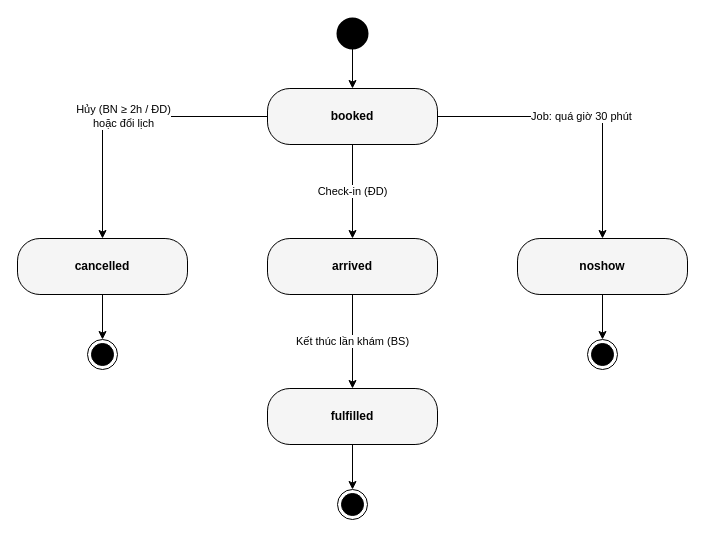
This is page "Appointment states" (1 of 6) of docs/02-requirements/srs/dist/diagrams/03-state-transitions.drawio from viethung12062005/smart-hospital-platform, a draw.io file, before an edit. Source tidied: cells renumbered, new cells numbered last; positions are measured from the earlier drawing's top-left corner, leaving out a move shared by most shapes. Both pictures are drawn from the tidied source at 100%, with x=0, y=0 at pixel (17, 18).
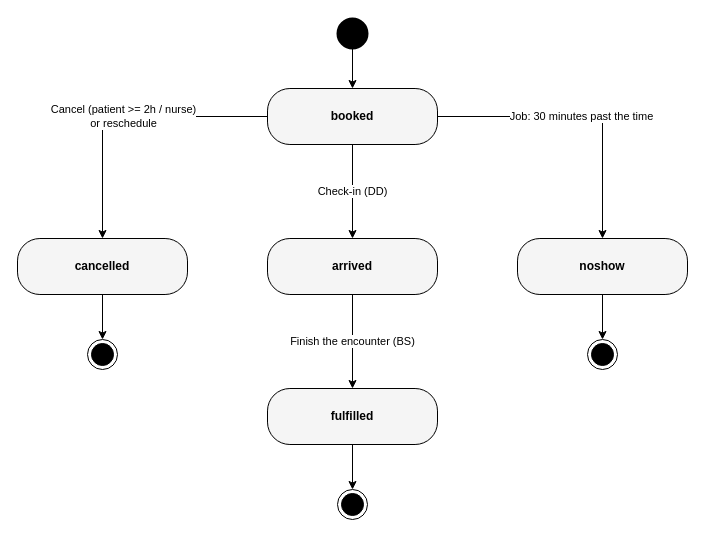
After the change.

The edit, as a diff of the source:
```diff
@@
 <mxGraphModel>
   <root>
     <mxCell id="0" />
     <mxCell id="1" parent="0" />
     <mxCell id="2" value="&lt;b&gt;booked&lt;/b&gt;" style="rounded=1;whiteSpace=wrap;html=1;arcSize=40;fillColor=#F5F5F5;" parent="1" vertex="1">
       <mxGeometry x="250" y="70" width="170" height="56" as="geometry" />
     </mxCell>
     <mxCell id="3" value="&lt;b&gt;arrived&lt;/b&gt;" style="rounded=1;whiteSpace=wrap;html=1;arcSize=40;fillColor=#F5F5F5;" parent="1" vertex="1">
       <mxGeometry x="250" y="220" width="170" height="56" as="geometry" />
     </mxCell>
     <mxCell id="4" value="&lt;b&gt;fulfilled&lt;/b&gt;" style="rounded=1;whiteSpace=wrap;html=1;arcSize=40;fillColor=#F5F5F5;" parent="1" vertex="1">
       <mxGeometry x="250" y="370" width="170" height="56" as="geometry" />
     </mxCell>
     <mxCell id="5" value="&lt;b&gt;cancelled&lt;/b&gt;" style="rounded=1;whiteSpace=wrap;html=1;arcSize=40;fillColor=#F5F5F5;" parent="1" vertex="1">
       <mxGeometry y="220" width="170" height="56" as="geometry" />
     </mxCell>
     <mxCell id="6" value="&lt;b&gt;noshow&lt;/b&gt;" style="rounded=1;whiteSpace=wrap;html=1;arcSize=40;fillColor=#F5F5F5;" parent="1" vertex="1">
       <mxGeometry x="500" y="220" width="170" height="56" as="geometry" />
     </mxCell>
     <mxCell id="7" style="strokeWidth=2;html=1;shape=mxgraph.flowchart.start_2;whiteSpace=wrap;rounded=0;shadow=0;gradientColor=none;fillColor=#000000;" parent="1" vertex="1">
       <mxGeometry x="320" width="30" height="30" as="geometry" />
     </mxCell>
     <mxCell id="8" style="edgeStyle=orthogonalEdgeStyle;rounded=0;jettySize=auto;html=1;" parent="1" edge="1" source="7" target="2">
       <mxGeometry relative="1" as="geometry" />
     </mxCell>
-    <mxCell id="9" value="Check-in (ĐD)" style="edgeStyle=orthogonalEdgeStyle;rounded=0;jettySize=auto;html=1;fontSize=11;labelBackgroundColor=#FFFFFF;" parent="1" edge="1" source="2" target="3">
+    <mxCell id="9" value="Check-in (DD)" style="edgeStyle=orthogonalEdgeStyle;rounded=0;jettySize=auto;html=1;fontSize=11;labelBackgroundColor=#FFFFFF;" parent="1" edge="1" source="2" target="3">
       <mxGeometry relative="1" as="geometry" />
     </mxCell>
-    <mxCell id="10" value="Kết thúc lần khám (BS)" style="edgeStyle=orthogonalEdgeStyle;rounded=0;jettySize=auto;html=1;fontSize=11;labelBackgroundColor=#FFFFFF;" parent="1" edge="1" source="3" target="4">
+    <mxCell id="10" value="Finish the encounter (BS)" style="edgeStyle=orthogonalEdgeStyle;rounded=0;jettySize=auto;html=1;fontSize=11;labelBackgroundColor=#FFFFFF;" parent="1" edge="1" source="3" target="4">
       <mxGeometry relative="1" as="geometry" />
     </mxCell>
-    <mxCell id="11" value="Hủy (BN ≥ 2h / ĐD)&lt;br&gt;hoặc đổi lịch" style="edgeStyle=orthogonalEdgeStyle;rounded=0;jettySize=auto;html=1;fontSize=11;labelBackgroundColor=#FFFFFF;" parent="1" edge="1" source="2" target="5">
+    <mxCell id="11" value="Cancel (patient &amp;gt;= 2h / nurse)&lt;br&gt;or reschedule" style="edgeStyle=orthogonalEdgeStyle;rounded=0;jettySize=auto;html=1;fontSize=11;labelBackgroundColor=#FFFFFF;" parent="1" edge="1" source="2" target="5">
       <mxGeometry relative="1" as="geometry" />
     </mxCell>
-    <mxCell id="12" value="Job: quá giờ 30 phút" style="edgeStyle=orthogonalEdgeStyle;rounded=0;jettySize=auto;html=1;fontSize=11;labelBackgroundColor=#FFFFFF;" parent="1" edge="1" source="2" target="6">
+    <mxCell id="12" value="Job: 30 minutes past the time" style="edgeStyle=orthogonalEdgeStyle;rounded=0;jettySize=auto;html=1;fontSize=11;labelBackgroundColor=#FFFFFF;" parent="1" edge="1" source="2" target="6">
       <mxGeometry relative="1" as="geometry" />
     </mxCell>
     <mxCell id="13" style="ellipse;html=1;shape=endState;fillColor=#000000;rounded=0;shadow=0;whiteSpace=wrap;" parent="1" vertex="1">
       <mxGeometry x="320" y="471" width="30" height="30" as="geometry" />
     </mxCell>
     <mxCell id="14" style="edgeStyle=orthogonalEdgeStyle;rounded=0;jettySize=auto;html=1;" parent="1" edge="1" source="4" target="13">
       <mxGeometry relative="1" as="geometry" />
     </mxCell>
     <mxCell id="15" style="ellipse;html=1;shape=endState;fillColor=#000000;rounded=0;shadow=0;whiteSpace=wrap;" parent="1" vertex="1">
       <mxGeometry x="70" y="321" width="30" height="30" as="geometry" />
     </mxCell>
     <mxCell id="16" style="edgeStyle=orthogonalEdgeStyle;rounded=0;jettySize=auto;html=1;" parent="1" edge="1" source="5" target="15">
       <mxGeometry relative="1" as="geometry" />
     </mxCell>
     <mxCell id="17" style="ellipse;html=1;shape=endState;fillColor=#000000;rounded=0;shadow=0;whiteSpace=wrap;" parent="1" vertex="1">
       <mxGeometry x="570" y="321" width="30" height="30" as="geometry" />
     </mxCell>
     <mxCell id="18" style="edgeStyle=orthogonalEdgeStyle;rounded=0;jettySize=auto;html=1;" parent="1" edge="1" source="6" target="17">
       <mxGeometry relative="1" as="geometry" />
     </mxCell>
   </root>
 </mxGraphModel>
```
